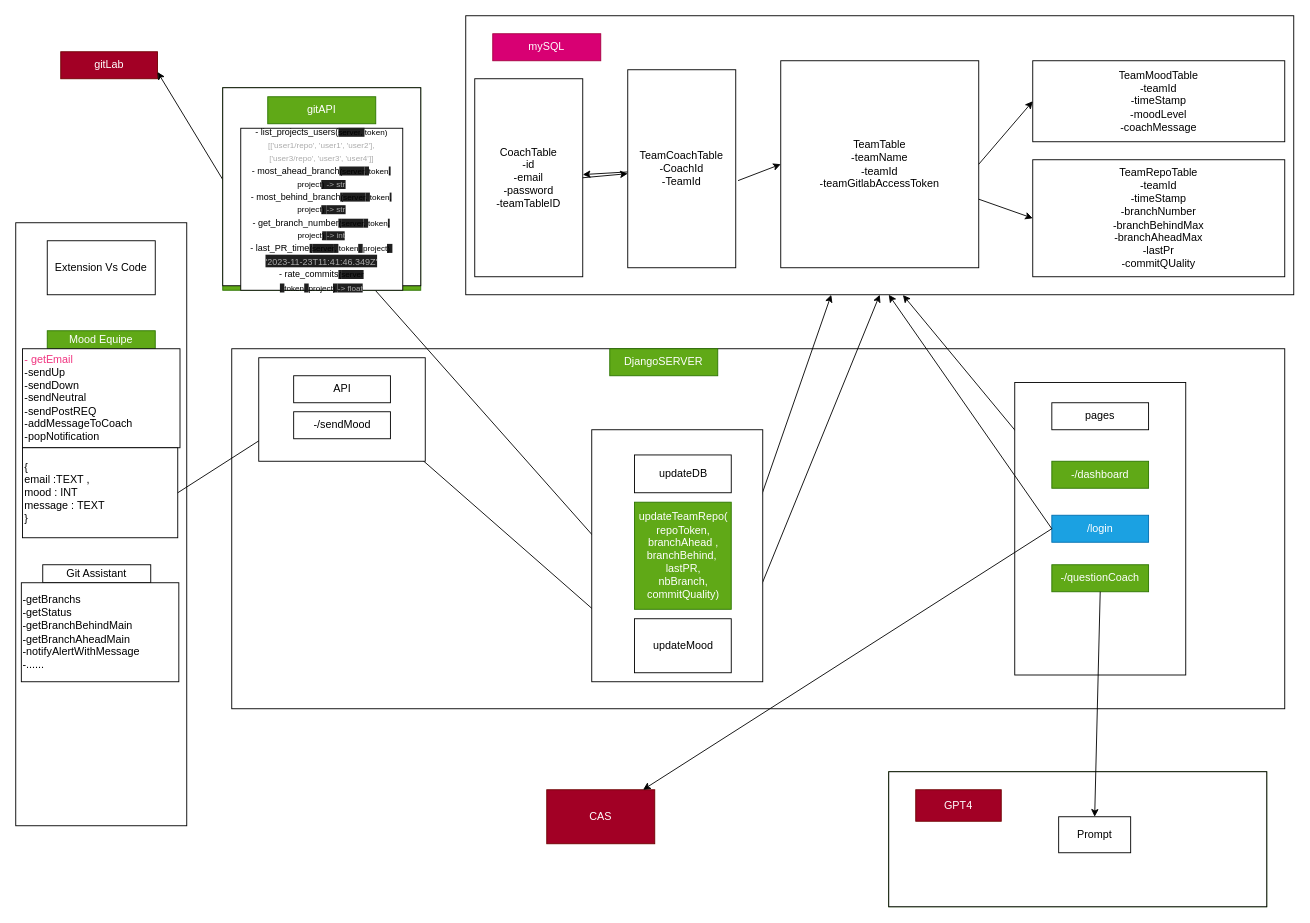
Before: architecture.drawio in mohamedali3107/codingcoach, a draw.io diagram. Source tidied: cells renumbered, new cells numbered last; positions are measured from the earlier drawing's top-left corner, leaving out a move shared by most shapes. Both pictures are drawn from the tidied source at 90%, with x=0, y=0 at pixel (15, 15).
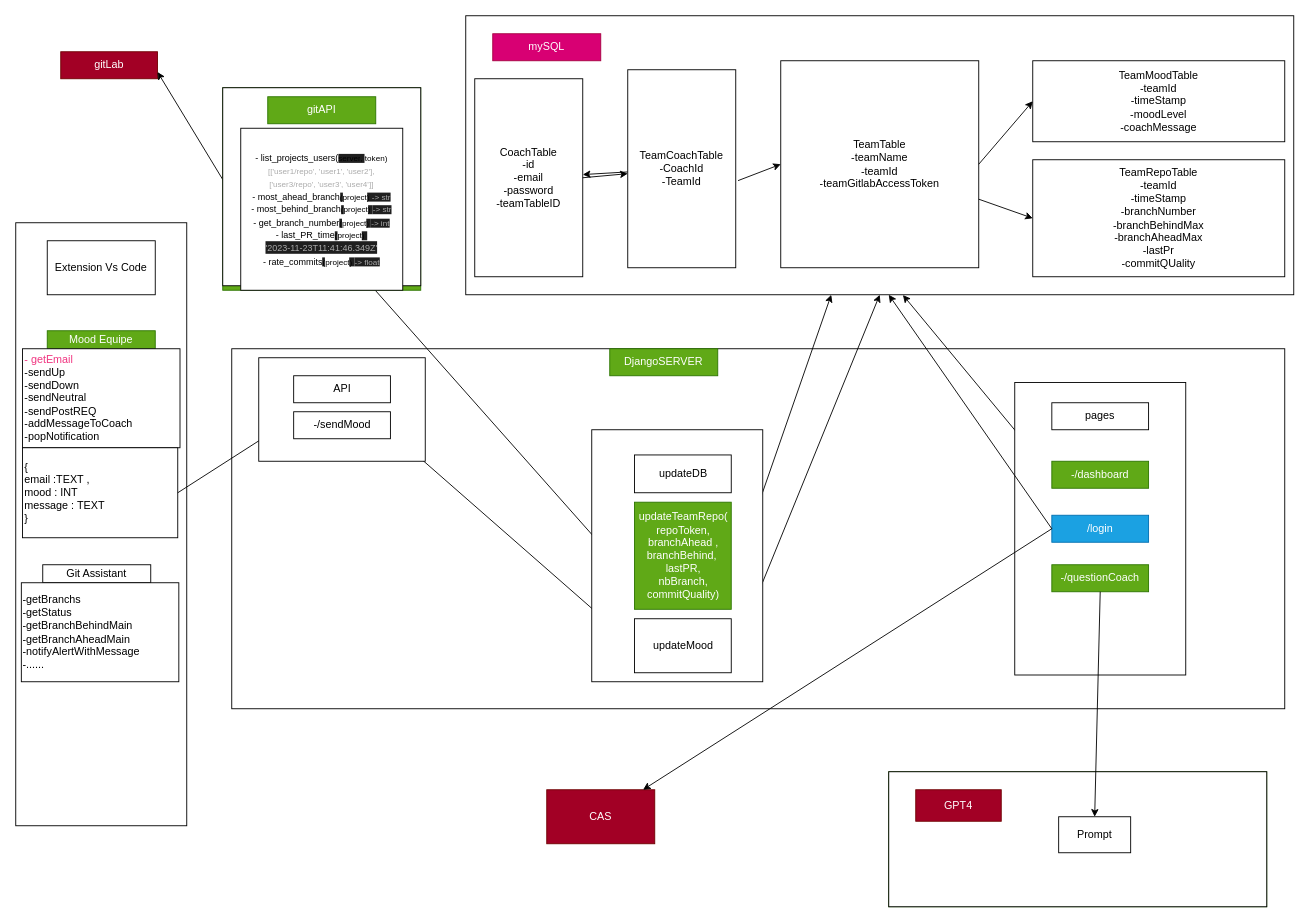
Above is the later version.

The change refers to these unchanged cells:
```xml
<mxCell id="52" style="group;fillColor=#60a917;fontColor=#ffffff;strokeColor=#2D7600;" parent="1" vertex="1">
  <mxGeometry x="230" y="80" width="220" height="225" as="geometry" />
</mxCell>
```

Change to the diagram source:
```diff
@@
-    <mxCell id="55" value="&lt;font style=&quot;&quot;&gt;&lt;font style=&quot;&quot;&gt;&lt;font size=&quot;1&quot;&gt;- list_projects_users(&lt;/font&gt;&lt;span style=&quot;font-size: 9px; background-color: rgb(31, 31, 31);&quot;&gt;server&lt;/span&gt;&lt;span style=&quot;font-size: 9px; background-color: rgb(31, 31, 31);&quot;&gt;, &lt;/span&gt;&lt;span style=&quot;font-size: 9px; background-color: initial;&quot;&gt;token&lt;/span&gt;&lt;span style=&quot;font-size: 9px; background-color: initial;&quot;&gt;)&lt;br&gt;&lt;/span&gt;&lt;font style=&quot;font-size: 9px;&quot; color=&quot;#ababab&quot;&gt;[['user1/repo', 'user1', 'user2'],&lt;br&gt;&lt;/font&gt;&lt;span style=&quot;font-size: 9px; color: rgb(171, 171, 171);&quot;&gt;['user3/repo', 'user3', 'user4']&lt;/span&gt;&lt;font style=&quot;font-size: 9px;&quot; color=&quot;#ababab&quot;&gt;]&lt;/font&gt;&lt;br&gt;&lt;font size=&quot;1&quot;&gt;- most_ahead_branch&lt;/font&gt;&lt;span style=&quot;font-size: 9px; background-color: rgb(31, 31, 31);&quot;&gt;(&lt;/span&gt;&lt;span style=&quot;font-size: 9px; background-color: rgb(31, 31, 31);&quot;&gt;server&lt;/span&gt;&lt;span style=&quot;font-size: 9px; background-color: rgb(31, 31, 31);&quot;&gt;, &lt;/span&gt;&lt;span style=&quot;font-size: 9px; background-color: initial;&quot;&gt;token&lt;/span&gt;&lt;span style=&quot;font-size: 9px; background-color: rgb(31, 31, 31);&quot;&gt;, &lt;/span&gt;&lt;span style=&quot;font-size: 9px; background-color: initial;&quot;&gt;project&lt;/span&gt;&lt;span style=&quot;font-size: 9px; background-color: rgb(31, 31, 31);&quot;&gt;) &lt;font color=&quot;#ababab&quot;&gt;-&amp;gt; str&lt;/font&gt;&lt;/span&gt;&lt;span style=&quot;font-size: 9px; background-color: rgb(31, 31, 31);&quot;&gt;&lt;br&gt;&lt;/span&gt;&lt;font size=&quot;1&quot;&gt;- most_behind_branch&lt;/font&gt;&lt;span style=&quot;font-size: 9px; background-color: rgb(31, 31, 31);&quot;&gt;(&lt;/span&gt;&lt;span style=&quot;font-size: 9px; background-color: rgb(31, 31, 31);&quot;&gt;server&lt;/span&gt;&lt;span style=&quot;font-size: 9px; background-color: rgb(31, 31, 31);&quot;&gt;, &lt;/span&gt;&lt;span style=&quot;font-size: 9px; background-color: initial;&quot;&gt;token&lt;/span&gt;&lt;span style=&quot;font-size: 9px; background-color: rgb(31, 31, 31);&quot;&gt;, &lt;/span&gt;&lt;span style=&quot;font-size: 9px; background-color: initial;&quot;&gt;project&lt;/span&gt;&lt;span style=&quot;font-size: 9px; background-color: rgb(31, 31, 31);&quot;&gt;)&amp;nbsp;&lt;/span&gt;&lt;span style=&quot;font-size: 9px; color: rgb(171, 171, 171); background-color: rgb(31, 31, 31);&quot;&gt;-&amp;gt; str&lt;/span&gt;&lt;span style=&quot;font-size: 9px; background-color: rgb(31, 31, 31);&quot;&gt;&lt;br&gt;&lt;/span&gt;&lt;font size=&quot;1&quot;&gt;- get_branch_number&lt;/font&gt;&lt;span style=&quot;font-size: 9px; background-color: rgb(31, 31, 31);&quot;&gt;(&lt;/span&gt;&lt;span style=&quot;font-size: 9px; background-color: rgb(31, 31, 31);&quot;&gt;server&lt;/span&gt;&lt;span style=&quot;font-size: 9px; background-color: rgb(31, 31, 31);&quot;&gt;, &lt;/span&gt;&lt;span style=&quot;font-size: 9px; background-color: initial;&quot;&gt;token&lt;/span&gt;&lt;span style=&quot;font-size: 9px; background-color: rgb(31, 31, 31);&quot;&gt;, &lt;/span&gt;&lt;span style=&quot;font-size: 9px; background-color: initial;&quot;&gt;project&lt;/span&gt;&lt;span style=&quot;font-size: 9px; background-color: rgb(31, 31, 31);&quot;&gt;)&amp;nbsp;&lt;/span&gt;&lt;span style=&quot;font-size: 9px; color: rgb(171, 171, 171); background-color: rgb(31, 31, 31);&quot;&gt;-&amp;gt; int&lt;/span&gt;&lt;span style=&quot;font-size: 9px; background-color: rgb(31, 31, 31);&quot;&gt;&lt;br&gt;&lt;/span&gt;&lt;font size=&quot;1&quot;&gt;- last_PR_time&lt;/font&gt;&lt;span style=&quot;font-size: 9px; background-color: rgb(31, 31, 31);&quot;&gt;(&lt;/span&gt;&lt;span style=&quot;font-size: 9px; background-color: rgb(31, 31, 31);&quot;&gt;server&lt;/span&gt;&lt;span style=&quot;font-size: 9px; background-color: rgb(31, 31, 31);&quot;&gt;, &lt;/span&gt;&lt;span style=&quot;font-size: 9px; background-color: initial;&quot;&gt;token&lt;/span&gt;&lt;span style=&quot;font-size: 9px; background-color: rgb(31, 31, 31);&quot;&gt;, &lt;/span&gt;&lt;span style=&quot;font-size: 9px; background-color: initial;&quot;&gt;project&lt;/span&gt;&lt;span style=&quot;font-size: 9px; background-color: rgb(31, 31, 31);&quot;&gt;)&amp;nbsp;&lt;/span&gt;&lt;font style=&quot;font-size: 9px;&quot; color=&quot;#ababab&quot;&gt;&lt;span style=&quot;background-color: rgb(31, 31, 31);&quot;&gt;&lt;br&gt;&lt;/span&gt;&lt;/font&gt;&lt;span style=&quot;background-color: rgb(31, 31, 31);&quot;&gt;&lt;font style=&quot;&quot; color=&quot;#ababab&quot;&gt;&lt;font size=&quot;1&quot;&gt;'2023-11-23T11:41:46.349Z&lt;/font&gt;&lt;font size=&quot;1&quot;&gt;'&lt;/font&gt;&lt;/font&gt;&lt;br&gt;&lt;/span&gt;&lt;font size=&quot;1&quot;&gt;- rate_commits&lt;/font&gt;&lt;span style=&quot;font-size: 9px; background-color: rgb(31, 31, 31);&quot;&gt;(&lt;/span&gt;&lt;span style=&quot;font-size: 9px; background-color: rgb(31, 31, 31);&quot;&gt;server&lt;/span&gt;&lt;span style=&quot;font-size: 9px; background-color: rgb(31, 31, 31);&quot;&gt;&lt;br&gt;&lt;/span&gt;&lt;/font&gt;&lt;span style=&quot;font-size: 9px; background-color: rgb(31, 31, 31);&quot;&gt;, &lt;/span&gt;&lt;span style=&quot;font-size: 9px; background-color: initial;&quot;&gt;token&lt;/span&gt;&lt;span style=&quot;font-size: 9px; background-color: rgb(31, 31, 31);&quot;&gt;, &lt;/span&gt;&lt;span style=&quot;font-size: 9px; background-color: initial;&quot;&gt;project&lt;/span&gt;&lt;span style=&quot;font-size: 9px; background-color: rgb(31, 31, 31);&quot;&gt;)&amp;nbsp;&lt;/span&gt;&lt;/font&gt;&lt;span style=&quot;color: rgb(171, 171, 171); font-size: 9px; background-color: rgb(31, 31, 31);&quot;&gt;-&amp;gt; float&lt;/span&gt;" style="whiteSpace=wrap;html=1;" parent="52" vertex="1">
+    <mxCell id="55" value="&lt;font style=&quot;&quot;&gt;&lt;font style=&quot;&quot;&gt;&lt;font size=&quot;1&quot;&gt;- list_projects_users(&lt;/font&gt;&lt;span style=&quot;font-size: 9px; background-color: rgb(31, 31, 31);&quot;&gt;server&lt;/span&gt;&lt;span style=&quot;font-size: 9px; background-color: rgb(31, 31, 31);&quot;&gt;, &lt;/span&gt;&lt;span style=&quot;font-size: 9px; background-color: initial;&quot;&gt;token&lt;/span&gt;&lt;span style=&quot;font-size: 9px; background-color: initial;&quot;&gt;)&lt;br&gt;&lt;/span&gt;&lt;font style=&quot;font-size: 9px;&quot; color=&quot;#ababab&quot;&gt;[['user1/repo', 'user1', 'user2'],&lt;br&gt;&lt;/font&gt;&lt;span style=&quot;font-size: 9px; color: rgb(171, 171, 171);&quot;&gt;['user3/repo', 'user3', 'user4']&lt;/span&gt;&lt;font style=&quot;font-size: 9px;&quot; color=&quot;#ababab&quot;&gt;]&lt;/font&gt;&lt;br&gt;&lt;font size=&quot;1&quot;&gt;- most_ahead_branch&lt;/font&gt;&lt;span style=&quot;font-size: 9px; background-color: rgb(31, 31, 31);&quot;&gt;(&lt;/span&gt;&lt;span style=&quot;font-size: 9px; background-color: initial;&quot;&gt;project&lt;/span&gt;&lt;span style=&quot;font-size: 9px; background-color: rgb(31, 31, 31);&quot;&gt;) &lt;font color=&quot;#ababab&quot;&gt;-&amp;gt; str&lt;/font&gt;&lt;/span&gt;&lt;span style=&quot;font-size: 9px; background-color: rgb(31, 31, 31);&quot;&gt;&lt;br&gt;&lt;/span&gt;&lt;font size=&quot;1&quot;&gt;- most_behind_branch&lt;/font&gt;&lt;span style=&quot;font-size: 9px; background-color: rgb(31, 31, 31);&quot;&gt;(&lt;/span&gt;&lt;span style=&quot;font-size: 9px; background-color: initial;&quot;&gt;project&lt;/span&gt;&lt;span style=&quot;font-size: 9px; background-color: rgb(31, 31, 31);&quot;&gt;)&amp;nbsp;&lt;/span&gt;&lt;span style=&quot;font-size: 9px; color: rgb(171, 171, 171); background-color: rgb(31, 31, 31);&quot;&gt;-&amp;gt; str&lt;/span&gt;&lt;span style=&quot;font-size: 9px; background-color: rgb(31, 31, 31);&quot;&gt;&lt;br&gt;&lt;/span&gt;&lt;font size=&quot;1&quot;&gt;- get_branch_number&lt;/font&gt;&lt;span style=&quot;font-size: 9px; background-color: rgb(31, 31, 31);&quot;&gt;(&lt;/span&gt;&lt;span style=&quot;font-size: 9px; background-color: initial;&quot;&gt;project&lt;/span&gt;&lt;span style=&quot;font-size: 9px; background-color: rgb(31, 31, 31);&quot;&gt;)&amp;nbsp;&lt;/span&gt;&lt;span style=&quot;font-size: 9px; color: rgb(171, 171, 171); background-color: rgb(31, 31, 31);&quot;&gt;-&amp;gt; int&lt;/span&gt;&lt;span style=&quot;font-size: 9px; background-color: rgb(31, 31, 31);&quot;&gt;&lt;br&gt;&lt;/span&gt;&lt;font size=&quot;1&quot;&gt;- last_PR_time&lt;/font&gt;&lt;span style=&quot;font-size: 9px; background-color: rgb(31, 31, 31);&quot;&gt;(&lt;/span&gt;&lt;span style=&quot;font-size: 9px; background-color: initial;&quot;&gt;project&lt;/span&gt;&lt;span style=&quot;font-size: 9px; background-color: rgb(31, 31, 31);&quot;&gt;)&amp;nbsp;&lt;/span&gt;&lt;font style=&quot;font-size: 9px;&quot; color=&quot;#ababab&quot;&gt;&lt;span style=&quot;background-color: rgb(31, 31, 31);&quot;&gt;&lt;br&gt;&lt;/span&gt;&lt;/font&gt;&lt;span style=&quot;background-color: rgb(31, 31, 31);&quot;&gt;&lt;font style=&quot;&quot; color=&quot;#ababab&quot;&gt;&lt;font size=&quot;1&quot;&gt;'2023-11-23T11:41:46.349Z&lt;/font&gt;&lt;font size=&quot;1&quot;&gt;'&lt;/font&gt;&lt;/font&gt;&lt;br&gt;&lt;/span&gt;&lt;font size=&quot;1&quot;&gt;- rate_commits&lt;/font&gt;&lt;span style=&quot;font-size: 9px; background-color: rgb(31, 31, 31);&quot;&gt;(&lt;/span&gt;&lt;/font&gt;&lt;span style=&quot;font-size: 9px; background-color: initial;&quot;&gt;project&lt;/span&gt;&lt;span style=&quot;font-size: 9px; background-color: rgb(31, 31, 31);&quot;&gt;)&amp;nbsp;&lt;/span&gt;&lt;/font&gt;&lt;span style=&quot;color: rgb(171, 171, 171); font-size: 9px; background-color: rgb(31, 31, 31);&quot;&gt;-&amp;gt; float&lt;/span&gt;" style="whiteSpace=wrap;html=1;" parent="52" vertex="1">
       <mxGeometry x="20" y="45" width="180" height="180" as="geometry" />
     </mxCell>
```
